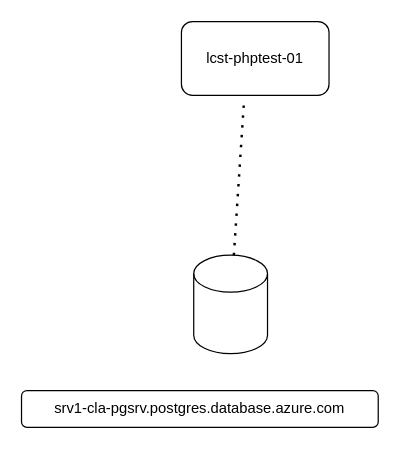
Before: Untitled Diagram.drawio in enmacc/Registro, a draw.io diagram. Source tidied: cells renumbered, new cells numbered last; positions are measured from the earlier drawing's top-left corner, leaving out a move shared by most shapes. Both pictures are drawn from the tidied source at 123%, with x=0, y=0 at pixel (21, 21).
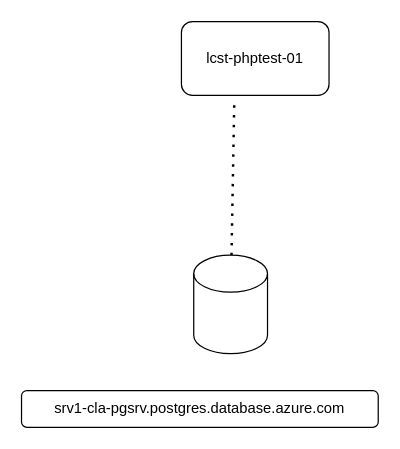
The same page after the edit.

What changed in the source:
```diff
@@
 <mxGraphModel>
   <root>
     <mxCell id="0" />
     <mxCell id="1" parent="0" />
     <mxCell id="2" value="lcst-phptest-01" style="rounded=1;whiteSpace=wrap;html=1;" parent="1" vertex="1">
       <mxGeometry x="130" width="120" height="60" as="geometry" />
     </mxCell>
     <mxCell id="3" style="shape=cylinder3;whiteSpace=wrap;html=1;boundedLbl=1;backgroundOutline=1;size=15;" parent="1" vertex="1">
       <mxGeometry x="140" y="190" width="60" height="80" as="geometry" />
     </mxCell>
     <mxCell id="4" value="srv1-cla-pgsrv.postgres.database.azure.com" style="rounded=1;whiteSpace=wrap;html=1;" parent="1" vertex="1">
       <mxGeometry y="300" width="290" height="30" as="geometry" />
     </mxCell>
-    <mxCell id="5" style="endArrow=none;dashed=1;html=1;dashPattern=1 3;strokeWidth=2;entryX=0.425;entryY=1.05;entryDx=0;entryDy=0;entryPerimeter=0;" parent="1" edge="1" source="3" target="2">
-      <mxGeometry relative="1" as="geometry" />
+    <mxCell id="5" style="endArrow=none;dashed=1;html=1;dashPattern=1 3;strokeWidth=2;" parent="1" edge="1" source="3">
+      <mxGeometry relative="1" as="geometry">
+        <mxPoint x="173" y="63" as="targetPoint" />
+      </mxGeometry>
     </mxCell>
   </root>
 </mxGraphModel>
```
